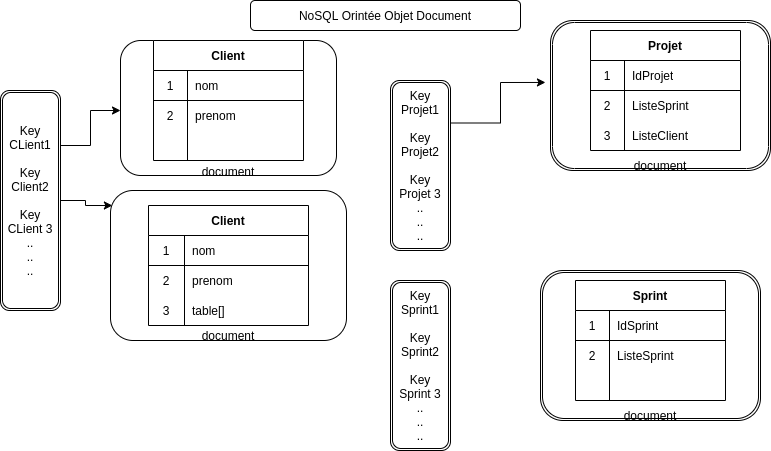
Earlier version of the draw.io export Untitled Diagram.drawio.png (htimli/SCRUMBAN). Source tidied: cells renumbered, new cells last; positions are measured from the earlier drawing's top-left corner, leaving out a move shared by most shapes. Source of this version:
```xml
<mxGraphModel>
  <root>
    <mxCell id="0" />
    <mxCell id="1" parent="0" />
    <mxCell id="2" value="NoSQL Orintée Objet Document" style="rounded=1;whiteSpace=wrap;html=1;" parent="1" vertex="1">
      <mxGeometry x="250" width="270" height="30" as="geometry" />
    </mxCell>
    <mxCell id="3" style="edgeStyle=orthogonalEdgeStyle;rounded=0;jettySize=auto;html=1;exitX=1;exitY=0.25;exitDx=0;exitDy=0;entryX=0;entryY=0.5;entryDx=0;entryDy=0;" parent="1" edge="1" source="5">
      <mxGeometry relative="1" as="geometry">
        <mxPoint x="120" y="110" as="targetPoint" />
      </mxGeometry>
    </mxCell>
    <mxCell id="4" style="edgeStyle=orthogonalEdgeStyle;rounded=0;jettySize=auto;html=1;exitX=1;exitY=0.5;exitDx=0;exitDy=0;entryX=0.008;entryY=0.1;entryDx=0;entryDy=0;entryPerimeter=0;" parent="1" edge="1" source="5" target="6">
      <mxGeometry relative="1" as="geometry" />
    </mxCell>
    <mxCell id="5" value="Key&lt;br&gt;CLient1&lt;br&gt;&lt;br&gt;Key&lt;br&gt;Client2&lt;br&gt;&lt;br&gt;Key&lt;br&gt;CLient 3&lt;br&gt;..&lt;br&gt;..&lt;br&gt;.." style="shape=ext;double=1;rounded=1;whiteSpace=wrap;html=1;" parent="1" vertex="1">
      <mxGeometry y="90" width="60" height="220" as="geometry" />
    </mxCell>
    <mxCell id="6" value="&lt;br&gt;&lt;br&gt;&lt;br&gt;&lt;br&gt;&lt;br&gt;&lt;br&gt;&lt;br&gt;&lt;br&gt;&lt;br&gt;&lt;br&gt;document" style="rounded=1;whiteSpace=wrap;html=1;" parent="1" vertex="1">
      <mxGeometry x="110" y="190" width="236" height="150" as="geometry" />
    </mxCell>
    <mxCell id="7" value="Client" style="shape=table;startSize=30;rowLines=0;fontStyle=1;align=center;" parent="1" vertex="1">
      <mxGeometry x="148" y="205" width="160" height="120" as="geometry" />
    </mxCell>
    <mxCell id="8" style="shape=partialRectangle;html=1;whiteSpace=wrap;fillColor=none;top=0;left=0;bottom=1;right=0;" parent="7" vertex="1">
      <mxGeometry y="30" width="160" height="30" as="geometry" />
    </mxCell>
    <mxCell id="9" value="1" style="shape=partialRectangle;html=1;whiteSpace=wrap;fillColor=none;top=0;left=0;bottom=0;right=0;overflow=hidden;" parent="8" vertex="1">
      <mxGeometry width="36" height="30" as="geometry" />
    </mxCell>
    <mxCell id="10" value="nom" style="shape=partialRectangle;html=1;whiteSpace=wrap;fillColor=none;top=0;left=0;bottom=0;right=0;align=left;spacingLeft=6;overflow=hidden;" parent="8" vertex="1">
      <mxGeometry x="36" width="124" height="30" as="geometry" />
    </mxCell>
    <mxCell id="11" style="shape=partialRectangle;html=1;whiteSpace=wrap;fillColor=none;top=0;left=0;bottom=0;right=0;" parent="7" vertex="1">
      <mxGeometry y="60" width="160" height="30" as="geometry" />
    </mxCell>
    <mxCell id="12" value="2" style="shape=partialRectangle;html=1;whiteSpace=wrap;fillColor=none;top=0;left=0;bottom=0;right=0;overflow=hidden;" parent="11" vertex="1">
      <mxGeometry width="36" height="30" as="geometry" />
    </mxCell>
    <mxCell id="13" value="prenom" style="shape=partialRectangle;html=1;whiteSpace=wrap;fillColor=none;top=0;left=0;bottom=0;right=0;align=left;spacingLeft=6;overflow=hidden;" parent="11" vertex="1">
      <mxGeometry x="36" width="124" height="30" as="geometry" />
    </mxCell>
    <mxCell id="14" style="shape=partialRectangle;html=1;whiteSpace=wrap;fillColor=none;top=0;left=0;bottom=0;right=0;" parent="7" vertex="1">
      <mxGeometry y="90" width="160" height="30" as="geometry" />
    </mxCell>
    <mxCell id="15" value="3" style="shape=partialRectangle;html=1;whiteSpace=wrap;fillColor=none;top=0;left=0;bottom=0;right=0;overflow=hidden;" parent="14" vertex="1">
      <mxGeometry width="36" height="30" as="geometry" />
    </mxCell>
    <mxCell id="16" value="table[]" style="shape=partialRectangle;html=1;whiteSpace=wrap;fillColor=none;top=0;left=0;bottom=0;right=0;align=left;spacingLeft=6;overflow=hidden;" parent="14" vertex="1">
      <mxGeometry x="36" width="124" height="30" as="geometry" />
    </mxCell>
    <mxCell id="17" value="&lt;br&gt;&lt;br&gt;&lt;br&gt;&lt;br&gt;&lt;br&gt;&lt;br&gt;&lt;br&gt;&lt;br&gt;&lt;br&gt;document" style="rounded=1;whiteSpace=wrap;html=1;" parent="1" vertex="1">
      <mxGeometry x="120" y="40" width="216" height="135" as="geometry" />
    </mxCell>
    <mxCell id="18" value="Client" style="shape=table;startSize=30;rowLines=0;fontStyle=1;align=center;" parent="1" vertex="1">
      <mxGeometry x="153" y="40" width="150" height="120" as="geometry" />
    </mxCell>
    <mxCell id="19" style="shape=partialRectangle;html=1;whiteSpace=wrap;fillColor=none;top=0;left=0;bottom=1;right=0;" parent="18" vertex="1">
      <mxGeometry y="30" width="150" height="30" as="geometry" />
    </mxCell>
    <mxCell id="20" value="1" style="shape=partialRectangle;html=1;whiteSpace=wrap;fillColor=none;top=0;left=0;bottom=0;right=0;overflow=hidden;" parent="19" vertex="1">
      <mxGeometry width="34" height="30" as="geometry" />
    </mxCell>
    <mxCell id="21" value="nom" style="shape=partialRectangle;html=1;whiteSpace=wrap;fillColor=none;top=0;left=0;bottom=0;right=0;align=left;spacingLeft=6;overflow=hidden;" parent="19" vertex="1">
      <mxGeometry x="34" width="116" height="30" as="geometry" />
    </mxCell>
    <mxCell id="22" style="shape=partialRectangle;html=1;whiteSpace=wrap;fillColor=none;top=0;left=0;bottom=0;right=0;" parent="18" vertex="1">
      <mxGeometry y="60" width="150" height="30" as="geometry" />
    </mxCell>
    <mxCell id="23" value="2" style="shape=partialRectangle;html=1;whiteSpace=wrap;fillColor=none;top=0;left=0;bottom=0;right=0;overflow=hidden;" parent="22" vertex="1">
      <mxGeometry width="34" height="30" as="geometry" />
    </mxCell>
    <mxCell id="24" value="prenom" style="shape=partialRectangle;html=1;whiteSpace=wrap;fillColor=none;top=0;left=0;bottom=0;right=0;align=left;spacingLeft=6;overflow=hidden;" parent="22" vertex="1">
      <mxGeometry x="34" width="116" height="30" as="geometry" />
    </mxCell>
    <mxCell id="25" style="shape=partialRectangle;html=1;whiteSpace=wrap;fillColor=none;top=0;left=0;bottom=0;right=0;" parent="18" vertex="1">
      <mxGeometry y="90" width="150" height="30" as="geometry" />
    </mxCell>
    <mxCell id="26" style="shape=partialRectangle;html=1;whiteSpace=wrap;fillColor=none;top=0;left=0;bottom=0;right=0;overflow=hidden;" parent="25" vertex="1">
      <mxGeometry width="34" height="30" as="geometry" />
    </mxCell>
    <mxCell id="27" style="shape=partialRectangle;html=1;whiteSpace=wrap;fillColor=none;top=0;left=0;bottom=0;right=0;align=left;spacingLeft=6;overflow=hidden;" parent="25" vertex="1">
      <mxGeometry x="34" width="116" height="30" as="geometry" />
    </mxCell>
    <mxCell id="28" style="edgeStyle=orthogonalEdgeStyle;rounded=0;jettySize=auto;html=1;exitX=1;exitY=0.25;exitDx=0;exitDy=0;entryX=-0.023;entryY=0.413;entryDx=0;entryDy=0;entryPerimeter=0;" parent="1" edge="1" source="29" target="30">
      <mxGeometry relative="1" as="geometry" />
    </mxCell>
    <mxCell id="29" value="Key&lt;br&gt;Projet1&lt;br&gt;&lt;br&gt;Key&lt;br&gt;Projet2&lt;br&gt;&lt;br&gt;Key&lt;br&gt;Projet 3&lt;br&gt;..&lt;br&gt;..&lt;br&gt;.." style="shape=ext;double=1;rounded=1;whiteSpace=wrap;html=1;" parent="1" vertex="1">
      <mxGeometry x="390" y="80" width="60" height="170" as="geometry" />
    </mxCell>
    <mxCell id="30" value="&lt;br&gt;&lt;br&gt;&lt;br&gt;&lt;br&gt;&lt;br&gt;&lt;br&gt;&lt;br&gt;&lt;br&gt;&lt;br&gt;&lt;br&gt;document" style="shape=ext;double=1;rounded=1;whiteSpace=wrap;html=1;" parent="1" vertex="1">
      <mxGeometry x="550" y="20" width="220" height="150" as="geometry" />
    </mxCell>
    <mxCell id="31" value="Projet" style="shape=table;startSize=30;rowLines=0;fontStyle=1;align=center;" parent="1" vertex="1">
      <mxGeometry x="590" y="30" width="150" height="120" as="geometry" />
    </mxCell>
    <mxCell id="32" style="shape=partialRectangle;html=1;whiteSpace=wrap;fillColor=none;top=0;left=0;bottom=1;right=0;" parent="31" vertex="1">
      <mxGeometry y="30" width="150" height="30" as="geometry" />
    </mxCell>
    <mxCell id="33" value="1" style="shape=partialRectangle;html=1;whiteSpace=wrap;fillColor=none;top=0;left=0;bottom=0;right=0;overflow=hidden;" parent="32" vertex="1">
      <mxGeometry width="34" height="30" as="geometry" />
    </mxCell>
    <mxCell id="34" value="IdProjet" style="shape=partialRectangle;html=1;whiteSpace=wrap;fillColor=none;top=0;left=0;bottom=0;right=0;align=left;spacingLeft=6;overflow=hidden;" parent="32" vertex="1">
      <mxGeometry x="34" width="116" height="30" as="geometry" />
    </mxCell>
    <mxCell id="35" style="shape=partialRectangle;html=1;whiteSpace=wrap;fillColor=none;top=0;left=0;bottom=0;right=0;" parent="31" vertex="1">
      <mxGeometry y="60" width="150" height="30" as="geometry" />
    </mxCell>
    <mxCell id="36" value="2" style="shape=partialRectangle;html=1;whiteSpace=wrap;fillColor=none;top=0;left=0;bottom=0;right=0;overflow=hidden;" parent="35" vertex="1">
      <mxGeometry width="34" height="30" as="geometry" />
    </mxCell>
    <mxCell id="37" value="ListeSprint" style="shape=partialRectangle;html=1;whiteSpace=wrap;fillColor=none;top=0;left=0;bottom=0;right=0;align=left;spacingLeft=6;overflow=hidden;" parent="35" vertex="1">
      <mxGeometry x="34" width="116" height="30" as="geometry" />
    </mxCell>
    <mxCell id="38" style="shape=partialRectangle;html=1;whiteSpace=wrap;fillColor=none;top=0;left=0;bottom=0;right=0;" parent="31" vertex="1">
      <mxGeometry y="90" width="150" height="30" as="geometry" />
    </mxCell>
    <mxCell id="39" value="3" style="shape=partialRectangle;html=1;whiteSpace=wrap;fillColor=none;top=0;left=0;bottom=0;right=0;overflow=hidden;" parent="38" vertex="1">
      <mxGeometry width="34" height="30" as="geometry" />
    </mxCell>
    <mxCell id="40" value="ListeClient" style="shape=partialRectangle;html=1;whiteSpace=wrap;fillColor=none;top=0;left=0;bottom=0;right=0;align=left;spacingLeft=6;overflow=hidden;" parent="38" vertex="1">
      <mxGeometry x="34" width="116" height="30" as="geometry" />
    </mxCell>
    <mxCell id="41" value="Key&lt;br&gt;Sprint1&lt;br&gt;&lt;br&gt;Key&lt;br&gt;Sprint2&lt;br&gt;&lt;br&gt;Key&lt;br&gt;Sprint 3&lt;br&gt;..&lt;br&gt;..&lt;br&gt;.." style="shape=ext;double=1;rounded=1;whiteSpace=wrap;html=1;" parent="1" vertex="1">
      <mxGeometry x="390" y="280" width="60" height="170" as="geometry" />
    </mxCell>
    <mxCell id="42" value="&lt;br&gt;&lt;br&gt;&lt;br&gt;&lt;br&gt;&lt;br&gt;&lt;br&gt;&lt;br&gt;&lt;br&gt;&lt;br&gt;&lt;br&gt;document" style="shape=ext;double=1;rounded=1;whiteSpace=wrap;html=1;" parent="1" vertex="1">
      <mxGeometry x="540" y="270" width="220" height="150" as="geometry" />
    </mxCell>
    <mxCell id="43" value="Sprint" style="shape=table;startSize=30;rowLines=0;fontStyle=1;align=center;" parent="1" vertex="1">
      <mxGeometry x="575" y="280" width="150" height="120" as="geometry" />
    </mxCell>
    <mxCell id="44" style="shape=partialRectangle;html=1;whiteSpace=wrap;fillColor=none;top=0;left=0;bottom=1;right=0;" parent="43" vertex="1">
      <mxGeometry y="30" width="150" height="30" as="geometry" />
    </mxCell>
    <mxCell id="45" value="1" style="shape=partialRectangle;html=1;whiteSpace=wrap;fillColor=none;top=0;left=0;bottom=0;right=0;overflow=hidden;" parent="44" vertex="1">
      <mxGeometry width="34" height="30" as="geometry" />
    </mxCell>
    <mxCell id="46" value="IdSprint" style="shape=partialRectangle;html=1;whiteSpace=wrap;fillColor=none;top=0;left=0;bottom=0;right=0;align=left;spacingLeft=6;overflow=hidden;" parent="44" vertex="1">
      <mxGeometry x="34" width="116" height="30" as="geometry" />
    </mxCell>
    <mxCell id="47" style="shape=partialRectangle;html=1;whiteSpace=wrap;fillColor=none;top=0;left=0;bottom=0;right=0;" parent="43" vertex="1">
      <mxGeometry y="60" width="150" height="30" as="geometry" />
    </mxCell>
    <mxCell id="48" value="2" style="shape=partialRectangle;html=1;whiteSpace=wrap;fillColor=none;top=0;left=0;bottom=0;right=0;overflow=hidden;" parent="47" vertex="1">
      <mxGeometry width="34" height="30" as="geometry" />
    </mxCell>
    <mxCell id="49" value="ListeSprint" style="shape=partialRectangle;html=1;whiteSpace=wrap;fillColor=none;top=0;left=0;bottom=0;right=0;align=left;spacingLeft=6;overflow=hidden;" parent="47" vertex="1">
      <mxGeometry x="34" width="116" height="30" as="geometry" />
    </mxCell>
    <mxCell id="50" style="shape=partialRectangle;html=1;whiteSpace=wrap;fillColor=none;top=0;left=0;bottom=0;right=0;" parent="43" vertex="1">
      <mxGeometry y="90" width="150" height="30" as="geometry" />
    </mxCell>
    <mxCell id="51" style="shape=partialRectangle;html=1;whiteSpace=wrap;fillColor=none;top=0;left=0;bottom=0;right=0;overflow=hidden;" parent="50" vertex="1">
      <mxGeometry width="34" height="30" as="geometry" />
    </mxCell>
    <mxCell id="52" style="shape=partialRectangle;html=1;whiteSpace=wrap;fillColor=none;top=0;left=0;bottom=0;right=0;align=left;spacingLeft=6;overflow=hidden;" parent="50" vertex="1">
      <mxGeometry x="34" width="116" height="30" as="geometry" />
    </mxCell>
  </root>
</mxGraphModel>
```
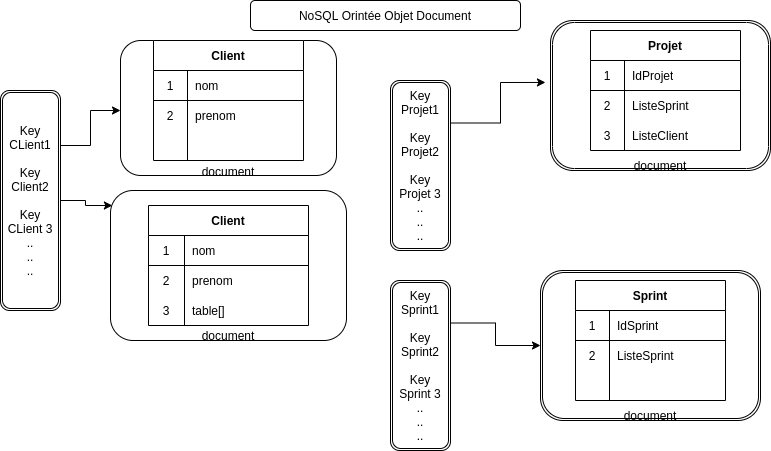
After the commit.

The edit, as a diff of the source:
```diff
@@ -121,6 +121,9 @@
     <mxCell id="40" value="ListeClient" style="shape=partialRectangle;html=1;whiteSpace=wrap;fillColor=none;top=0;left=0;bottom=0;right=0;align=left;spacingLeft=6;overflow=hidden;" parent="38" vertex="1">
       <mxGeometry x="34" width="116" height="30" as="geometry" />
     </mxCell>
+    <mxCell id="53" style="edgeStyle=orthogonalEdgeStyle;rounded=0;jettySize=auto;html=1;exitX=1;exitY=0.25;exitDx=0;exitDy=0;entryX=0;entryY=0.5;entryDx=0;entryDy=0;" parent="1" edge="1" source="41" target="42">
+      <mxGeometry relative="1" as="geometry" />
+    </mxCell>
     <mxCell id="41" value="Key&lt;br&gt;Sprint1&lt;br&gt;&lt;br&gt;Key&lt;br&gt;Sprint2&lt;br&gt;&lt;br&gt;Key&lt;br&gt;Sprint 3&lt;br&gt;..&lt;br&gt;..&lt;br&gt;.." style="shape=ext;double=1;rounded=1;whiteSpace=wrap;html=1;" parent="1" vertex="1">
       <mxGeometry x="390" y="280" width="60" height="170" as="geometry" />
     </mxCell>
```
